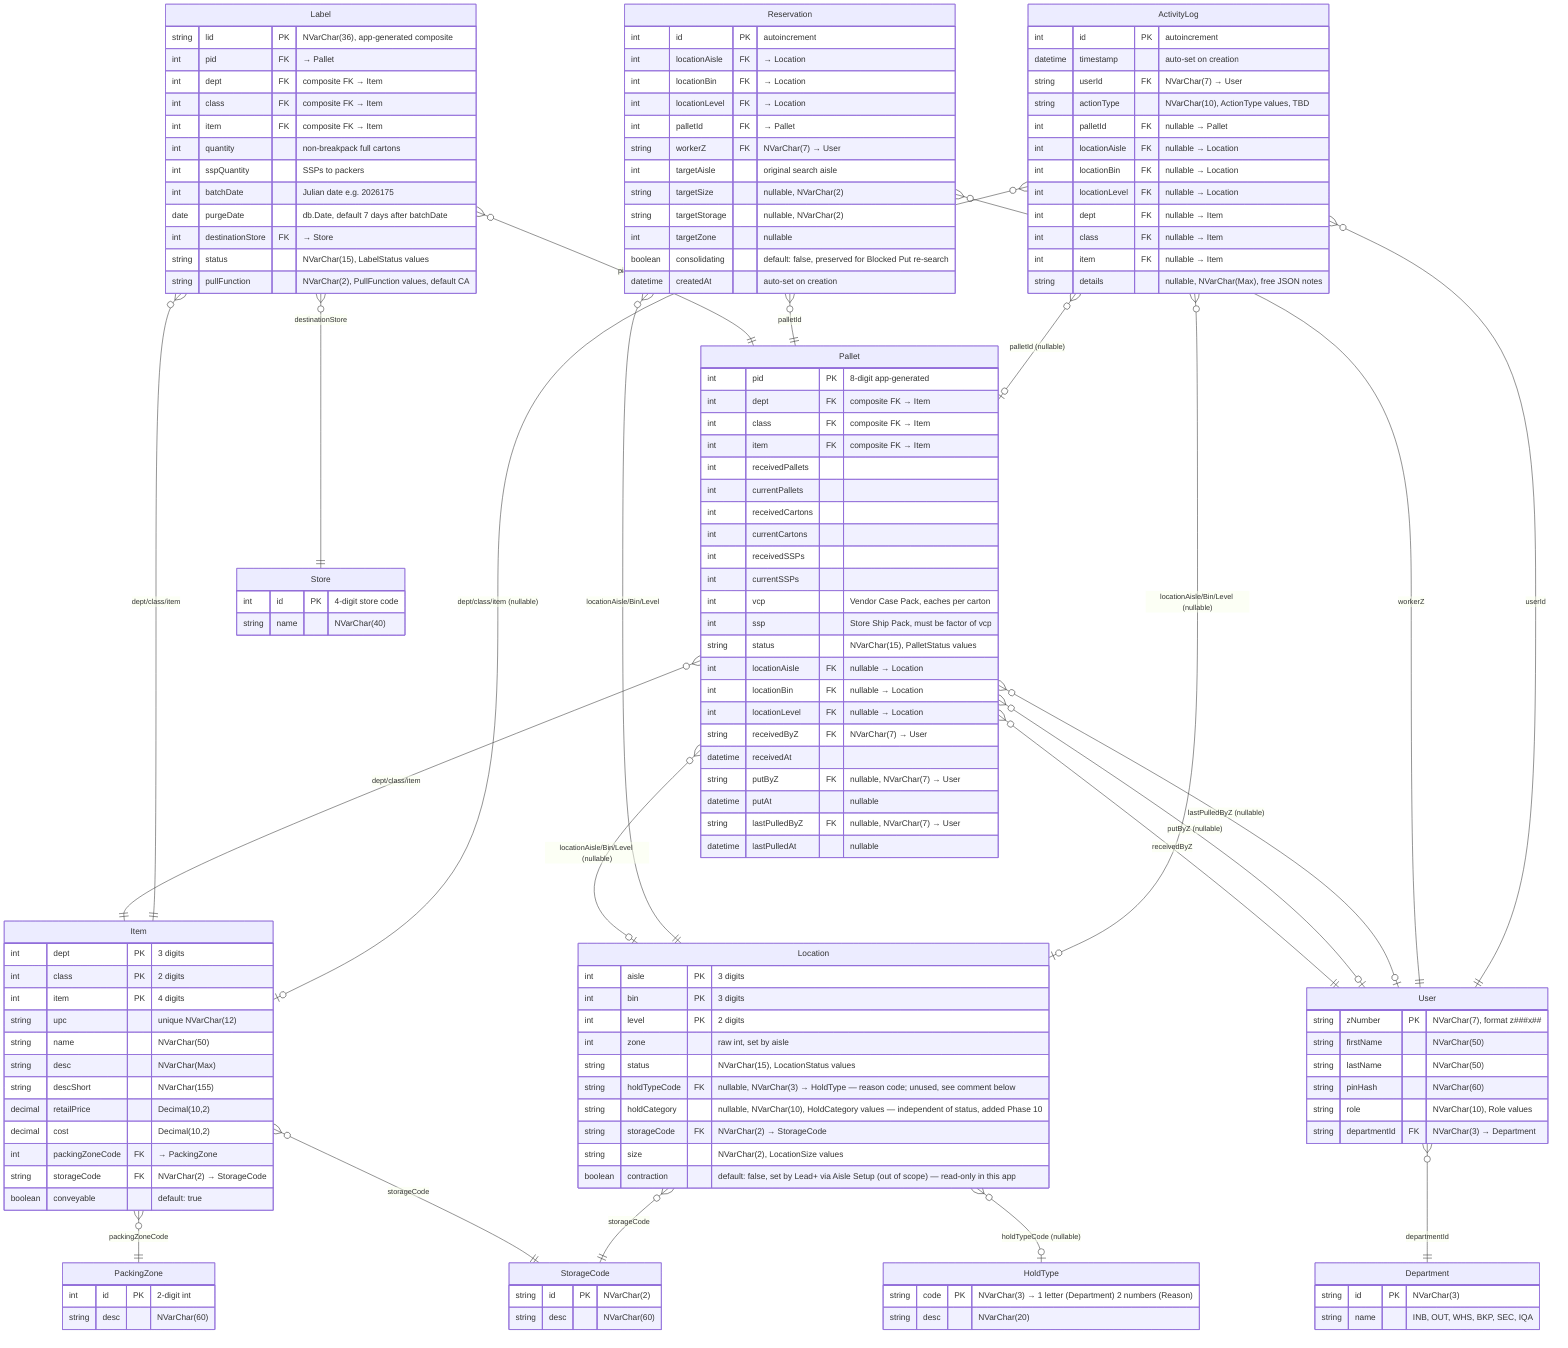
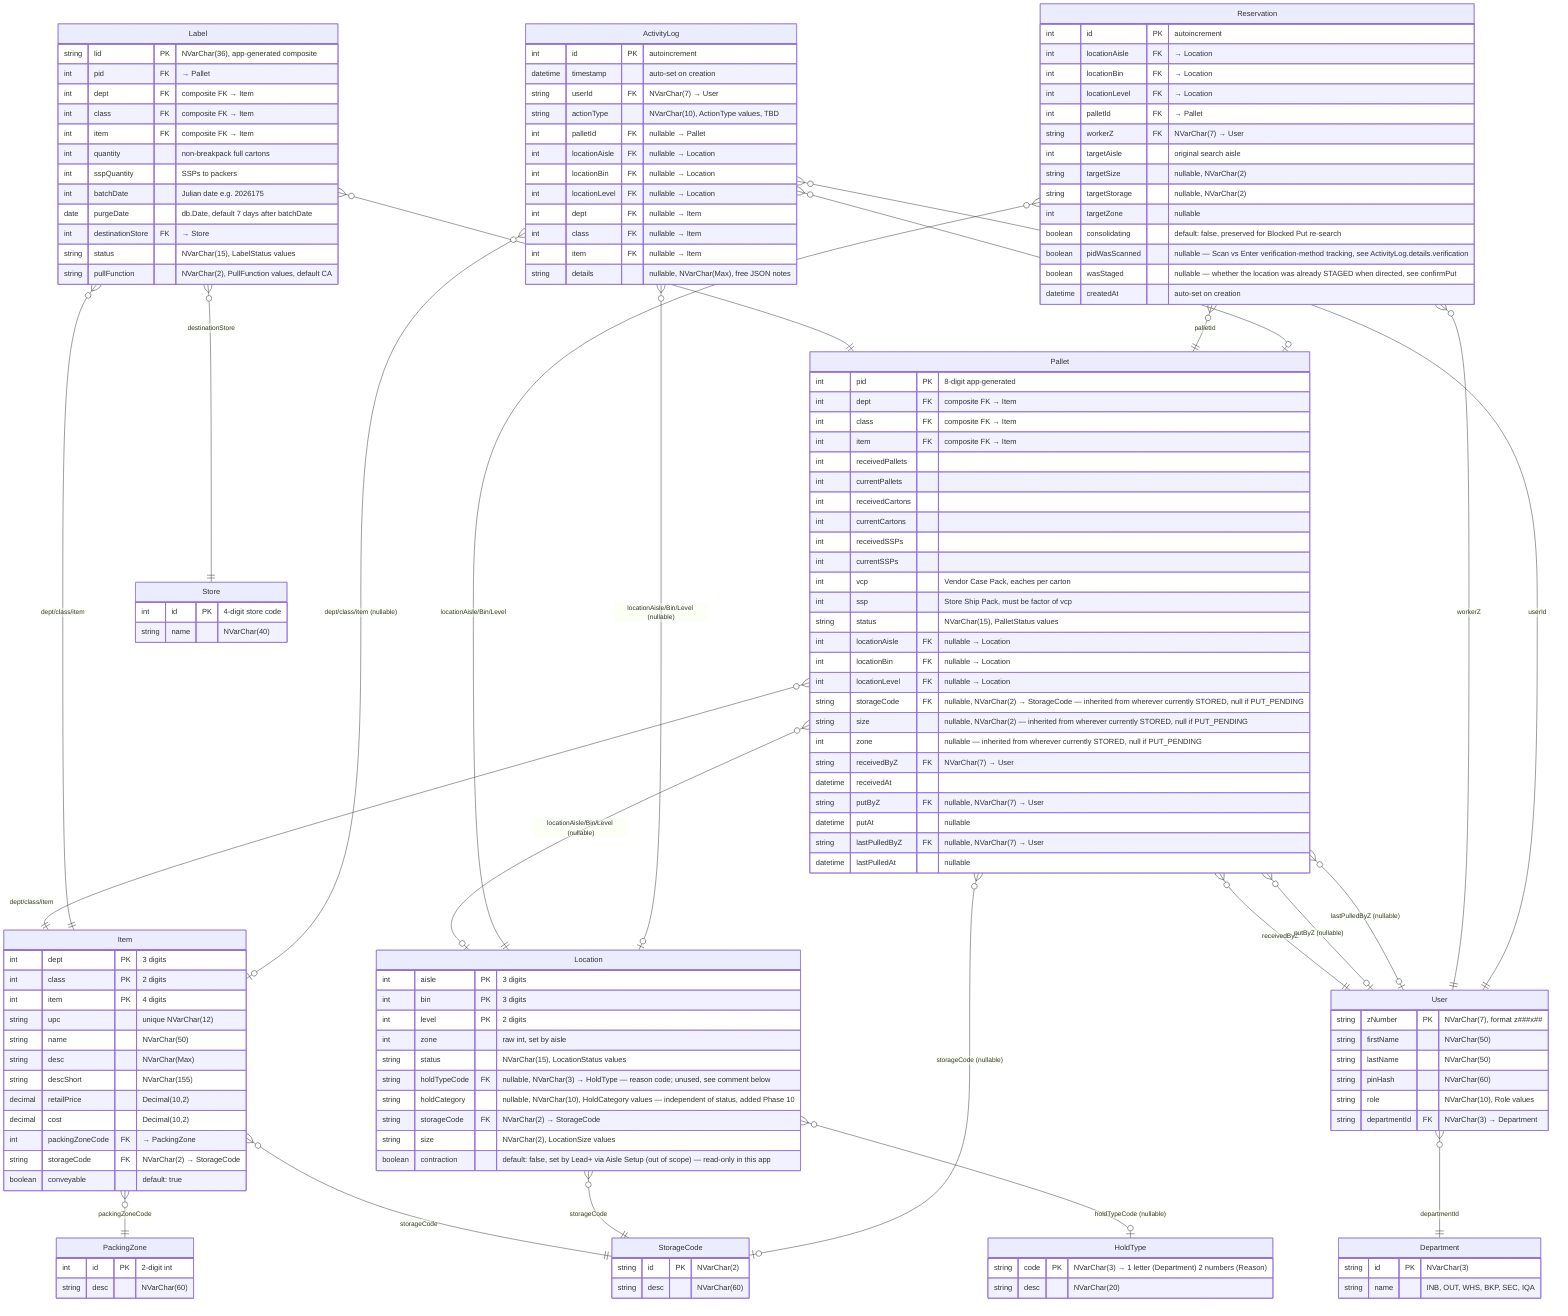
erDiagram

    %% ============================================================
    %% COMPOSITE PRIMARY KEYS (Prisma @@id — not expressible in ERD)
    %% ============================================================
    %% Item:     @@id([dept, class, item], name: "DPCI")
    %% Location: @@id([aisle, bin, level], name: "LocationID")
    %% ============================================================
    %% ENUMS — stored as NVarChar strings (Prisma v7 SQL Server does not support enum blocks)
    %% LocationStatus: EMPTY, STORED, PULL_PENDING, RESERVED, STAGED                                           → NVarChar(15)
    %% HoldCategory:   HOLD_IN, HOLD_OUT, HOLD_BOTH, HOLD_PERM (Location.holdCategory, independent of status)   → NVarChar(10)
    %% LocationSize:   XS, HS, S, M, L                                                                         → NVarChar(2)
    %% PalletStatus:   PUT_PENDING, STORED, PULL_PENDING, PULLED, CANCELED (open — expand as needed)           → NVarChar(15)
    %% LabelStatus:    AVAILABLE, PRINTED, PULLED, DIVERTED, CANCELED, PURGED                                  → NVarChar(15)
    %% PullFunction:   CA (Carton Air), CF (Carton Floor), FP (Full Pallet), BK (Bulk/level-0, not in demo)   → NVarChar(2)
    %% Role:           ADMIN, MANAGER, LEAD, IM, WORKER                                                        → NVarChar(10)
    %% ActionType:     EDIT_PAL, PULL, RESERVE, PUT, UNASSIGN, BLOCK_PUT, RES_TMOUT, MNP_SCAN, STAGE, RESTAGE,
    %%                 HOLD_PLACE, HOLD_CLEAR, REINSTATE                                                       → NVarChar(10)
    %% ============================================================
    %% BUSINESS RULES
    %% SSP must be a factor of VCP (enforced in app logic, not schema)
    %% LID format: {storeCode(1-4)}{DPCI(9)}{pid(8)}{random(8)}{batchDate(7)} = NVarChar(36)
    %% DPCI(9) is zero-padded: dept(3) + class(2) + item(4)
    %% pid: app-generated 8-digit Int with collision check
    %% zNumber format: z###x## (z + 3 digits + 1 letter + 2 digits) = NVarChar(7)
    %% PurgeDate defaults to 7 days after batchDate, set at label creation in app logic
    %% Status change to PURGED triggered in app logic on purge date
    %% ActionType enum must be defined and expanded as features are built
    %% Location.holdTypeCode (reason-code FK) is unpopulated — WLH.md states the reason
    %% code is written only to ActivityLog.details, never stored as a column (Phase 10)
    %% ============================================================

    Item {
        int dept PK "3 digits"
        int class PK "2 digits"
        int item PK "4 digits"
        string upc "unique NVarChar(12)"
        string name "NVarChar(50)"
        string desc "NVarChar(Max)"
        string descShort "NVarChar(155)"
        decimal retailPrice "Decimal(10,2)"
        decimal cost "Decimal(10,2)"
        int packingZoneCode FK "→ PackingZone"
        string storageCode FK "NVarChar(2) → StorageCode"
        boolean conveyable "default: true"
    }

    PackingZone {
        int id PK "2-digit int"
        string desc "NVarChar(60)"
    }

    StorageCode {
        string id PK "NVarChar(2)"
        string desc "NVarChar(60)"
    }

    Location {
        int aisle PK "3 digits"
        int bin PK "3 digits"
        int level PK "2 digits"
        int zone "raw int, set by aisle"
        string status "NVarChar(15), LocationStatus values"
        string holdTypeCode FK "nullable, NVarChar(3) → HoldType — reason code; unused, see comment below"
        string holdCategory "nullable, NVarChar(10), HoldCategory values — independent of status, added Phase 10"
        string storageCode FK "NVarChar(2) → StorageCode"
        string size "NVarChar(2), LocationSize values"
        boolean contraction "default: false, set by Lead+ via Aisle Setup (out of scope) — read-only in this app"
    }

    HoldType {
        string code PK "NVarChar(3) → 1 letter (Department) 2 numbers (Reason)"
        string desc "NVarChar(20)"
    }

    Pallet {
        int pid PK "8-digit app-generated"
        int dept FK "composite FK → Item"
        int class FK "composite FK → Item"
        int item FK "composite FK → Item"
        int receivedPallets
        int currentPallets
        int receivedCartons
        int currentCartons
        int receivedSSPs
        int currentSSPs
        int vcp "Vendor Case Pack, eaches per carton"
        int ssp "Store Ship Pack, must be factor of vcp"
        string status "NVarChar(15), PalletStatus values"
        int locationAisle FK "nullable → Location"
        int locationBin FK "nullable → Location"
        int locationLevel FK "nullable → Location"
+         string storageCode FK "nullable, NVarChar(2) → StorageCode — inherited from wherever currently STORED, null if PUT_PENDING"
+         string size "nullable, NVarChar(2) — inherited from wherever currently STORED, null if PUT_PENDING"
+         int zone "nullable — inherited from wherever currently STORED, null if PUT_PENDING"
        string receivedByZ FK "NVarChar(7) → User"
        datetime receivedAt
        string putByZ FK "nullable, NVarChar(7) → User"
        datetime putAt "nullable"
        string lastPulledByZ FK "nullable, NVarChar(7) → User"
        datetime lastPulledAt "nullable"
    }

    Label {
        string lid PK "NVarChar(36), app-generated composite"
        int pid FK "→ Pallet"
        int dept FK "composite FK → Item"
        int class FK "composite FK → Item"
        int item FK "composite FK → Item"
        int quantity "non-breakpack full cartons"
        int sspQuantity "SSPs to packers"
        int batchDate "Julian date e.g. 2026175"
        date purgeDate "db.Date, default 7 days after batchDate"
        int destinationStore FK "→ Store"
        string status "NVarChar(15), LabelStatus values"
        string pullFunction "NVarChar(2), PullFunction values, default CA"
    }

    Store {
        int id PK "4-digit store code"
        string name "NVarChar(40)"
    }

    User {
        string zNumber PK "NVarChar(7), format z###x##"
        string firstName "NVarChar(50)"
        string lastName "NVarChar(50)"
        string pinHash "NVarChar(60)"
        string role "NVarChar(10), Role values"
        string departmentId FK "NVarChar(3) → Department"
    }

    Department {
        string id PK "NVarChar(3)"
        string name "INB, OUT, WHS, BKP, SEC, IQA"
    }

    Reservation {
        int id PK "autoincrement"
        int locationAisle FK "→ Location"
        int locationBin FK "→ Location"
        int locationLevel FK "→ Location"
        int palletId FK "→ Pallet"
        string workerZ FK "NVarChar(7) → User"
        int targetAisle "original search aisle"
        string targetSize "nullable, NVarChar(2)"
        string targetStorage "nullable, NVarChar(2)"
        int targetZone "nullable"
        boolean consolidating "default: false, preserved for Blocked Put re-search"
+         boolean pidWasScanned "nullable — Scan vs Enter verification-method tracking, see ActivityLog.details.verification"
+         boolean wasStaged "nullable — whether the location was already STAGED when directed, see confirmPut"
        datetime createdAt "auto-set on creation"
    }

    ActivityLog {
        int id PK "autoincrement"
        datetime timestamp "auto-set on creation"
        string userId FK "NVarChar(7) → User"
        string actionType "NVarChar(10), ActionType values, TBD"
        int palletId FK "nullable → Pallet"
        int locationAisle FK "nullable → Location"
        int locationBin FK "nullable → Location"
        int locationLevel FK "nullable → Location"
        int dept FK "nullable → Item"
        int class FK "nullable → Item"
        int item FK "nullable → Item"
        string details "nullable, NVarChar(Max), free JSON notes"
    }

    %% ============================================================
    %% RELATIONS
    %% ============================================================

    Item }o--|| PackingZone : "packingZoneCode"
    Item }o--|| StorageCode : "storageCode"

    Location }o--o| HoldType : "holdTypeCode (nullable)"
    Location }o--|| StorageCode : "storageCode"

    Pallet }o--|| Item : "dept/class/item"
    Pallet }o--o| Location : "locationAisle/Bin/Level (nullable)"
+     Pallet }o--o| StorageCode : "storageCode (nullable)"
    Pallet }o--|| User : "receivedByZ"
    Pallet }o--o| User : "putByZ (nullable)"
    Pallet }o--o| User : "lastPulledByZ (nullable)"

    Label }o--|| Pallet : "pid"
    Label }o--|| Item : "dept/class/item"
    Label }o--|| Store : "destinationStore"

    User }o--|| Department : "departmentId"

    Reservation }o--|| Location : "locationAisle/Bin/Level"
    Reservation }o--|| Pallet : "palletId"
    Reservation }o--|| User : "workerZ"

    ActivityLog }o--|| User : "userId"
    ActivityLog }o--o| Pallet : "palletId (nullable)"
    ActivityLog }o--o| Location : "locationAisle/Bin/Level (nullable)"
    ActivityLog }o--o| Item : "dept/class/item (nullable)"
